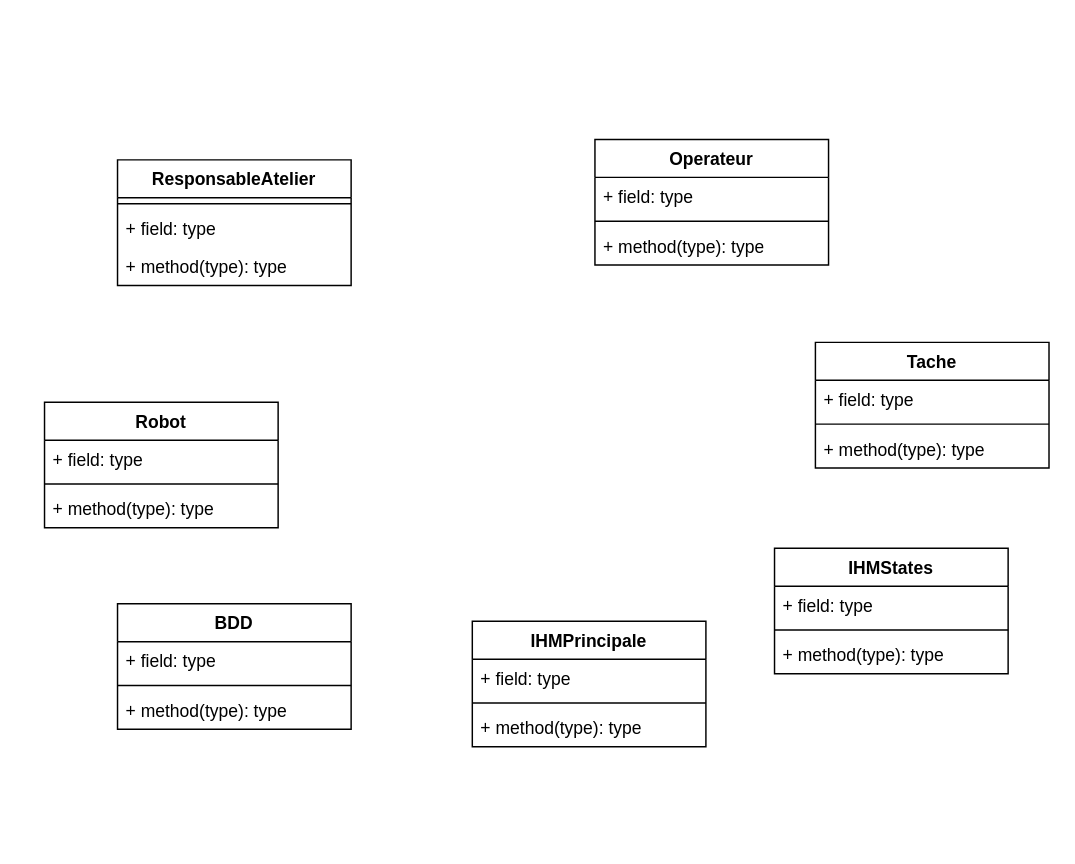
Before: Diag de classe MPOO.drawio in yidhirh/MPOO, a draw.io diagram. Source tidied: cells renumbered, new cells numbered last; positions are measured from the earlier drawing's top-left corner, leaving out a move shared by most shapes. Both pictures are drawn from the tidied source at 146%, with x=0, y=0 at pixel (44, 139).
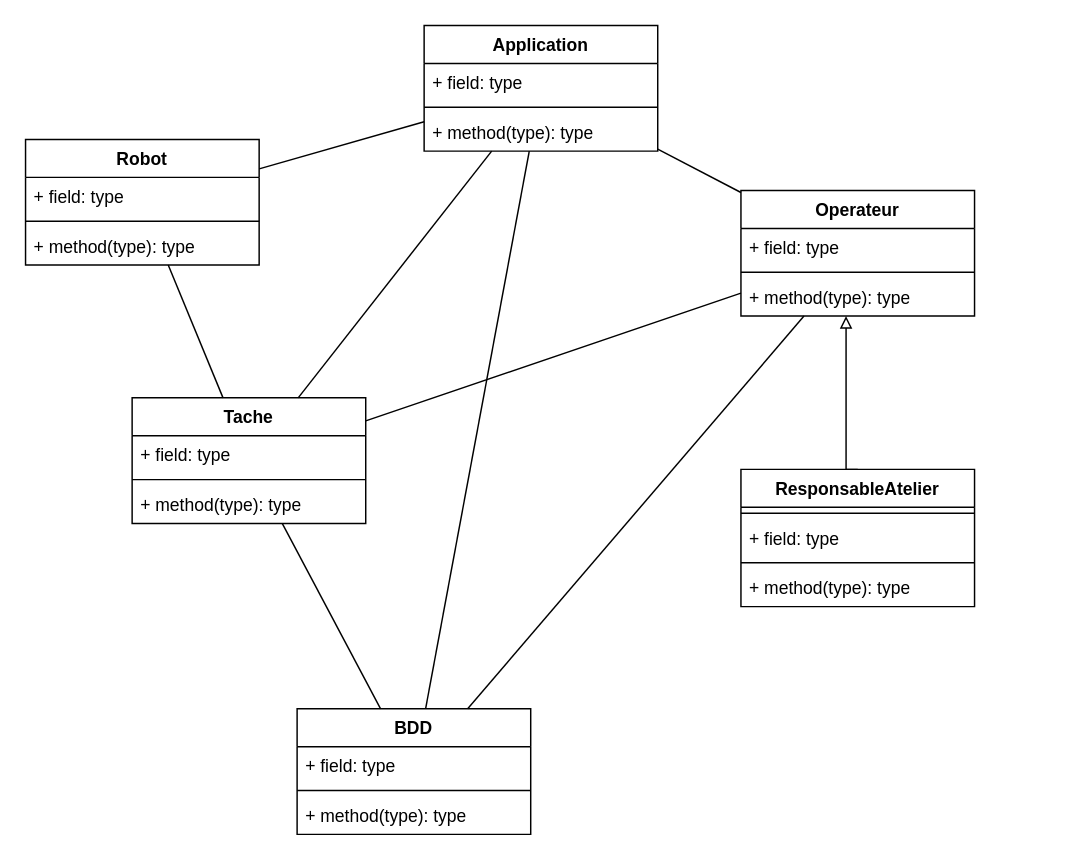
After the change.

Commit message:
Mettre à jour Diag de classe MPOO.drawio

Diff of the diagram source:
```diff
@@
     <mxCell id="2" value="ResponsableAtelier" style="swimlane;fontStyle=1;align=center;verticalAlign=top;horizontal=1;startSize=26;whiteSpace=wrap;html=1;rounded=0;labelBackgroundColor=none;" parent="1" vertex="1">
-      <mxGeometry x="50" y="14" width="160" height="86" as="geometry" />
+      <mxGeometry x="477" y="226" width="160" height="94" as="geometry" />
     </mxCell>
@@
+    <mxCell id="30" style="line;strokeWidth=1;fillColor=none;align=left;verticalAlign=middle;spacingTop=-1;spacingLeft=3;spacingRight=3;labelPosition=right;strokeColor=inherit;labelPerimeter=1;" parent="2" vertex="1">
+      <mxGeometry y="60" width="160" height="8" as="geometry" />
+    </mxCell>
     <mxCell id="5" value="+ method(type): type" style="text;strokeColor=none;fillColor=none;align=left;verticalAlign=top;spacingLeft=4;spacingRight=4;overflow=hidden;whiteSpace=wrap;html=1;rounded=0;labelBackgroundColor=none;" parent="2" vertex="1">
-      <mxGeometry y="60" width="160" height="26" as="geometry" />
+      <mxGeometry y="68" width="160" height="26" as="geometry" />
     </mxCell>
     <mxCell id="6" value="Operateur" style="swimlane;fontStyle=1;align=center;verticalAlign=top;horizontal=1;startSize=26;whiteSpace=wrap;html=1;rounded=0;labelBackgroundColor=none;" parent="1" vertex="1">
-      <mxGeometry x="377" width="160" height="86" as="geometry" />
+      <mxGeometry x="477" y="35" width="160" height="86" as="geometry" />
     </mxCell>
@@
     <mxCell id="10" value="Robot" style="swimlane;fontStyle=1;align=center;verticalAlign=top;horizontal=1;startSize=26;whiteSpace=wrap;html=1;rounded=0;labelBackgroundColor=none;" parent="1" vertex="1">
-      <mxGeometry y="180" width="160" height="86" as="geometry" />
+      <mxGeometry x="-13" width="160" height="86" as="geometry" />
     </mxCell>
@@
     <mxCell id="14" value="&lt;strong&gt;Tache&lt;/strong&gt;" style="swimlane;fontStyle=1;align=center;verticalAlign=top;horizontal=1;startSize=26;whiteSpace=wrap;html=1;rounded=0;labelBackgroundColor=none;" parent="1" vertex="1">
-      <mxGeometry x="528" y="139" width="160" height="86" as="geometry" />
+      <mxGeometry x="60" y="177" width="160" height="86" as="geometry" />
     </mxCell>
@@
     <mxCell id="18" value="BDD" style="swimlane;fontStyle=1;align=center;verticalAlign=top;horizontal=1;startSize=26;whiteSpace=wrap;html=1;rounded=0;labelBackgroundColor=none;" parent="1" vertex="1">
-      <mxGeometry x="50" y="318" width="160" height="86" as="geometry" />
+      <mxGeometry x="173" y="390" width="160" height="86" as="geometry" />
     </mxCell>
@@
-    <mxCell id="22" value="&lt;strong&gt;IHMPrincipale&lt;/strong&gt;" style="swimlane;fontStyle=1;align=center;verticalAlign=top;horizontal=1;startSize=26;whiteSpace=wrap;html=1;" parent="1" vertex="1">
-      <mxGeometry x="293" y="330" width="160" height="86" as="geometry" />
+    <mxCell id="22" value="&lt;strong&gt;Application&lt;/strong&gt;" style="swimlane;fontStyle=1;align=center;verticalAlign=top;horizontal=1;startSize=26;whiteSpace=wrap;html=1;" parent="1" vertex="1">
+      <mxGeometry x="260" y="-78" width="160" height="86" as="geometry" />
     </mxCell>
@@
-    <mxCell id="26" value="IHMStates" style="swimlane;fontStyle=1;align=center;verticalAlign=top;horizontal=1;startSize=26;whiteSpace=wrap;html=1;" parent="1" vertex="1">
-      <mxGeometry x="500" y="280" width="160" height="86" as="geometry" />
-    </mxCell>
-    <mxCell id="27" value="+ field: type" style="text;strokeColor=none;fillColor=none;align=left;verticalAlign=top;spacingLeft=4;spacingRight=4;overflow=hidden;whiteSpace=wrap;html=1;" parent="26" vertex="1">
-      <mxGeometry y="26" width="160" height="26" as="geometry" />
-    </mxCell>
-    <mxCell id="28" style="line;strokeWidth=1;fillColor=none;align=left;verticalAlign=middle;spacingTop=-1;spacingLeft=3;spacingRight=3;labelPosition=right;strokeColor=inherit;labelPerimeter=1;" parent="26" vertex="1">
-      <mxGeometry y="52" width="160" height="8" as="geometry" />
-    </mxCell>
-    <mxCell id="29" value="+ method(type): type" style="text;strokeColor=none;fillColor=none;align=left;verticalAlign=top;spacingLeft=4;spacingRight=4;overflow=hidden;whiteSpace=wrap;html=1;" parent="26" vertex="1">
-      <mxGeometry y="60" width="160" height="26" as="geometry" />
-    </mxCell>
+    <mxCell id="31" style="html=1;labelBackgroundColor=#ffffff;jettySize=auto;fontSize=14;rounded=0;jumpStyle=gap;edgeStyle=orthogonalEdgeStyle;startArrow=none;endArrow=block;endFill=0;strokeWidth=1;defaultLabelBackgroundColor=page;labelPadding=0 4;exitX=0.5;exitY=0;exitDx=0;exitDy=0;" parent="1" edge="1" source="2" target="6">
+      <mxGeometry relative="1" as="geometry">
+        <Array as="points">
+          <mxPoint x="549" y="152" />
+          <mxPoint x="549" y="152" />
+        </Array>
+      </mxGeometry>
+    </mxCell>
+    <mxCell id="32" style="endArrow=none;html=1;rounded=0;defaultLabelBackgroundColor=page;labelPadding=0 4;" parent="1" edge="1" source="22" target="14">
+      <mxGeometry relative="1" as="geometry" />
+    </mxCell>
+    <mxCell id="33" style="endArrow=none;html=1;rounded=0;defaultLabelBackgroundColor=page;labelPadding=0 4;" parent="1" edge="1" source="14" target="18">
+      <mxGeometry relative="1" as="geometry" />
+    </mxCell>
+    <mxCell id="34" style="endArrow=none;html=1;rounded=0;defaultLabelBackgroundColor=page;labelPadding=0 4;" parent="1" edge="1" source="22" target="6">
+      <mxGeometry relative="1" as="geometry" />
+    </mxCell>
+    <mxCell id="35" style="endArrow=none;html=1;rounded=0;defaultLabelBackgroundColor=page;labelPadding=0 4;" parent="1" edge="1" source="18" target="6">
+      <mxGeometry relative="1" as="geometry" />
+    </mxCell>
+    <mxCell id="36" style="endArrow=none;html=1;rounded=0;defaultLabelBackgroundColor=page;labelPadding=0 4;" parent="1" edge="1" source="10" target="14">
+      <mxGeometry relative="1" as="geometry" />
+    </mxCell>
+    <mxCell id="37" style="endArrow=none;html=1;rounded=0;defaultLabelBackgroundColor=page;labelPadding=0 4;" parent="1" edge="1" source="18" target="22">
+      <mxGeometry relative="1" as="geometry" />
+    </mxCell>
+    <mxCell id="38" style="endArrow=none;html=1;rounded=0;defaultLabelBackgroundColor=page;labelPadding=0 4;" parent="1" edge="1" source="14" target="6">
+      <mxGeometry relative="1" as="geometry" />
+    </mxCell>
+    <mxCell id="39" style="endArrow=none;html=1;rounded=0;defaultLabelBackgroundColor=page;labelPadding=0 4;" parent="1" edge="1" source="10" target="22">
+      <mxGeometry relative="1" as="geometry" />
+    </mxCell>
```
